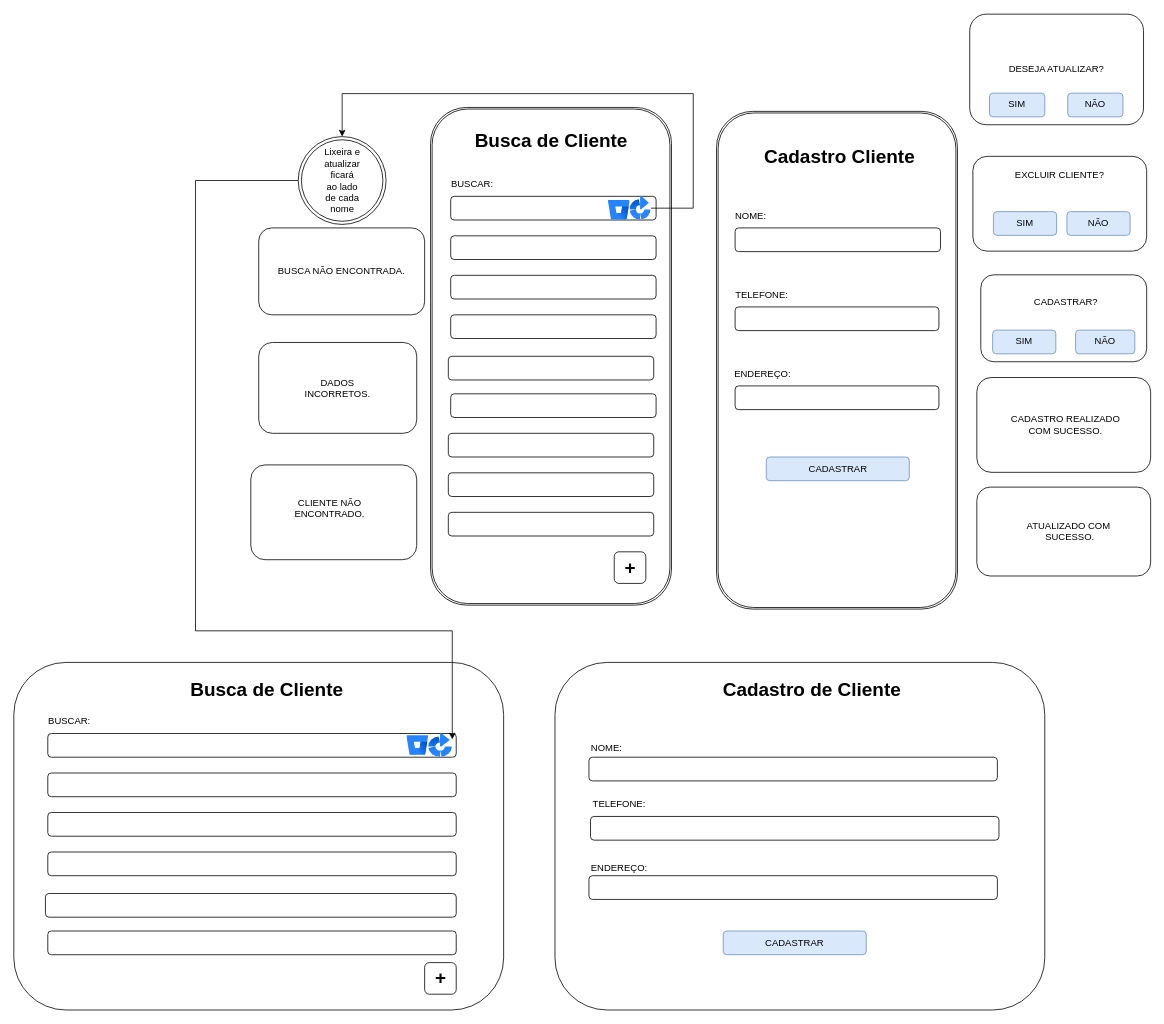
rafaelareisilva/avatar.app keeps this draw.io diagram as page "Página-1" (1 of 13) of DOC/tela.drawio. Above is the earlier version. Source tidied: cells renumbered, new cells numbered last; positions are measured from the earlier drawing's top-left corner, leaving out a move shared by most shapes. Both pictures are drawn from the tidied source at 79%, with x=0, y=0 at pixel (13, 13).
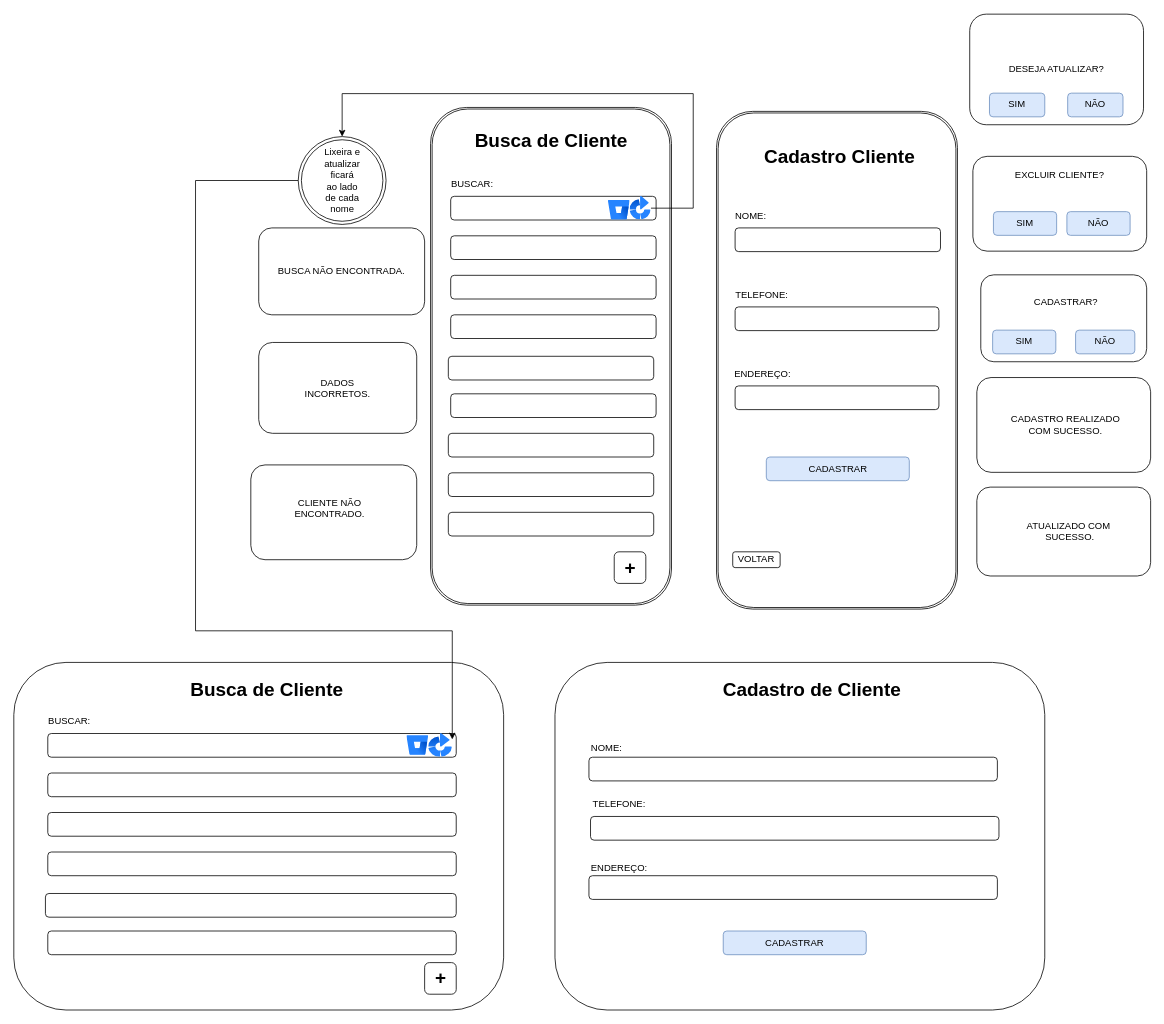
Above is the later version.

What changed in the source:
```diff
@@
+    <mxCell id="72" value="VOLTAR" style="rounded=1;whiteSpace=wrap;html=1;" parent="1" vertex="1">
+      <mxGeometry x="910" y="681" width="60" height="20" as="geometry" />
+    </mxCell>
```
